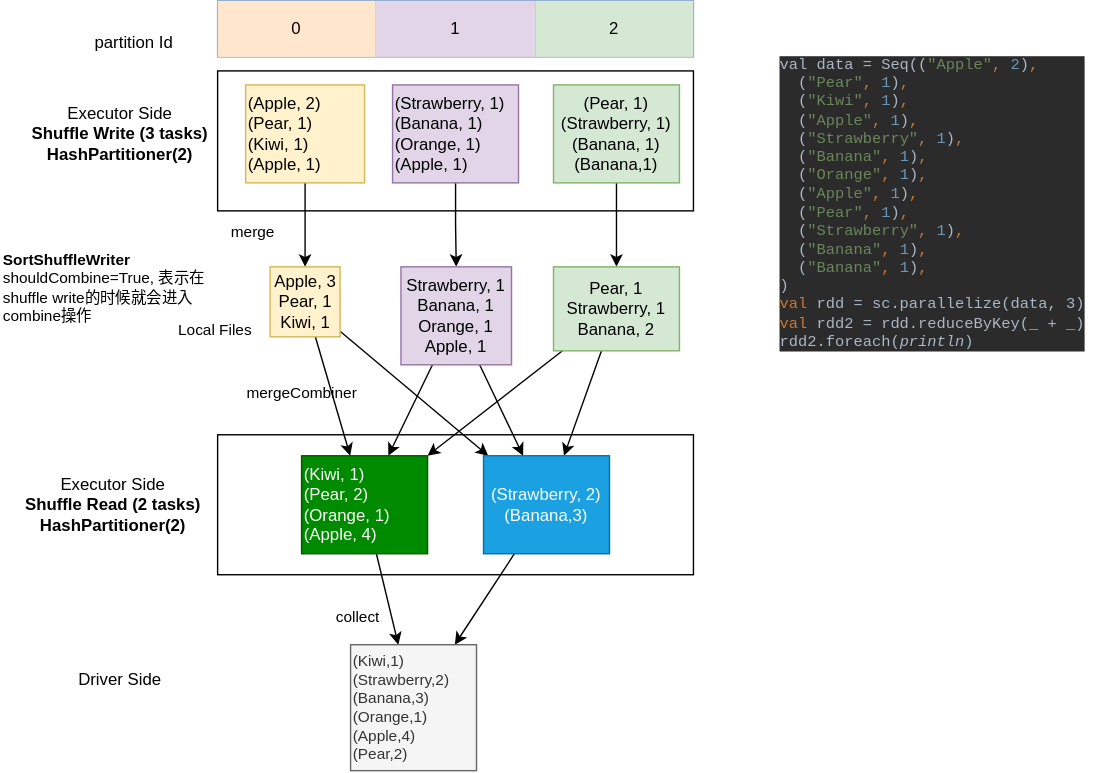
wbo4958/wbo4958.github.io keeps this draw.io diagram as docs/spark/rdd/reduce-by-key/spark-ml-reduceByKey.drawio.svg. Above is the earlier version. Source tidied: cells renumbered, new cells last; positions are measured from the earlier drawing's top-left corner, leaving out a move shared by most shapes.
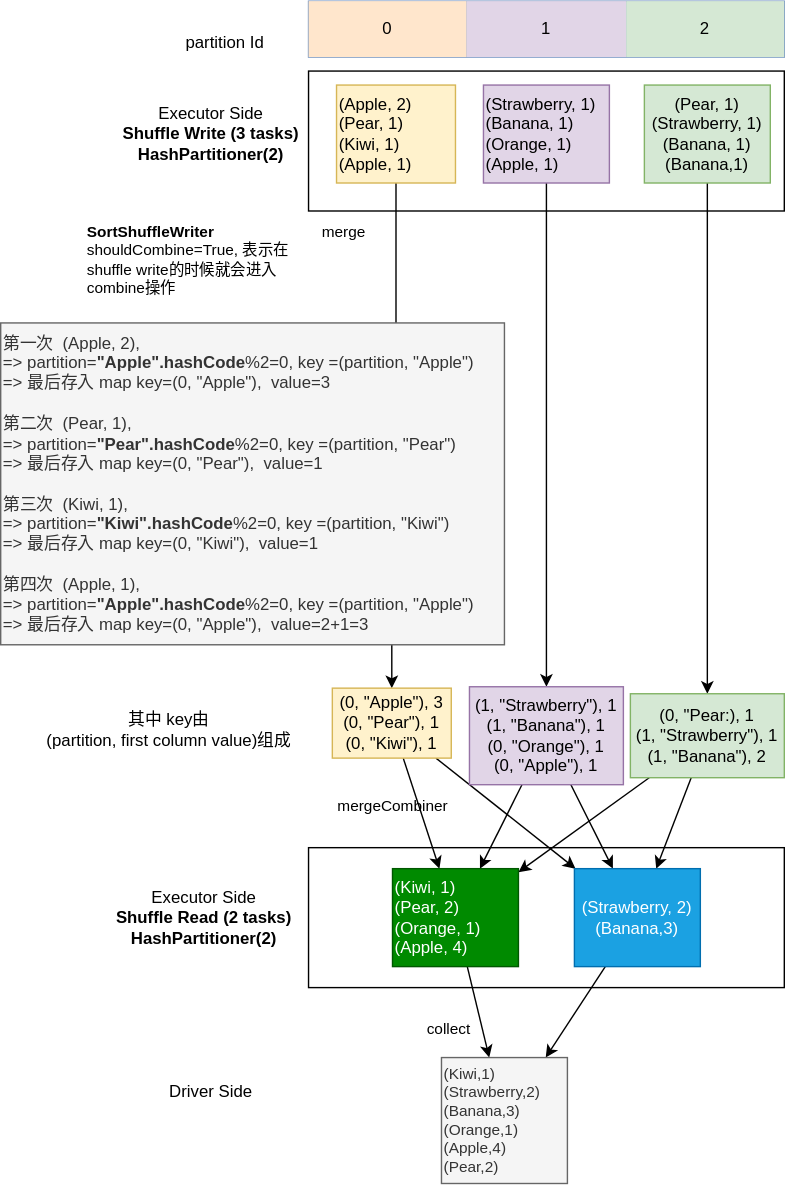
The same diagram one commit later.

Commit message:
enhance pages (#89)

What changed in the source:
```diff
@@ -3,34 +3,34 @@
     <mxCell id="0" />
     <mxCell id="1" parent="0" />
     <mxCell id="2" style="rounded=0;whiteSpace=wrap;html=1;" parent="1" vertex="1">
-      <mxGeometry x="155" y="310" width="340" height="100" as="geometry" />
+      <mxGeometry x="245" y="615" width="340" height="100" as="geometry" />
     </mxCell>
     <mxCell id="3" style="rounded=0;whiteSpace=wrap;html=1;" parent="1" vertex="1">
-      <mxGeometry x="155" y="50" width="340" height="100" as="geometry" />
+      <mxGeometry x="245" y="60" width="340" height="100" as="geometry" />
     </mxCell>
     <mxCell id="4" style="edgeStyle=orthogonalEdgeStyle;rounded=0;jettySize=auto;html=1;" parent="1" edge="1" source="5" target="18">
       <mxGeometry relative="1" as="geometry" />
     </mxCell>
     <mxCell id="5" value="(Apple, 2)&lt;br&gt;(Pear, 1)&lt;br&gt;(Kiwi, 1)&lt;br&gt;(Apple, 1)" style="rounded=0;whiteSpace=wrap;html=1;fillColor=#fff2cc;strokeColor=#d6b656;align=left;" parent="1" vertex="1">
-      <mxGeometry x="175" y="60" width="85" height="70" as="geometry" />
+      <mxGeometry x="265" y="70" width="85" height="70" as="geometry" />
     </mxCell>
     <mxCell id="6" style="edgeStyle=orthogonalEdgeStyle;rounded=0;jettySize=auto;html=1;entryX=0.5;entryY=0;entryDx=0;entryDy=0;" parent="1" edge="1" source="7" target="21">
       <mxGeometry relative="1" as="geometry" />
     </mxCell>
     <mxCell id="7" value="(Strawberry, 1)&lt;br&gt;(Banana, 1)&lt;br&gt;(Orange, 1)&lt;br&gt;(Apple, 1)" style="rounded=0;whiteSpace=wrap;html=1;fillColor=#e1d5e7;strokeColor=#9673a6;align=left;" parent="1" vertex="1">
-      <mxGeometry x="280" y="60" width="90" height="70" as="geometry" />
+      <mxGeometry x="370" y="70" width="90" height="70" as="geometry" />
     </mxCell>
     <mxCell id="8" style="edgeStyle=orthogonalEdgeStyle;rounded=0;jettySize=auto;html=1;entryX=0.5;entryY=0;entryDx=0;entryDy=0;fontSize=11;" parent="1" edge="1" source="9" target="24">
       <mxGeometry relative="1" as="geometry" />
     </mxCell>
     <mxCell id="9" value="(Pear, 1)&lt;br&gt;(Strawberry, 1)&lt;br&gt;(Banana, 1)&lt;br&gt;(Banana,1)" style="rounded=0;whiteSpace=wrap;html=1;fillColor=#d5e8d4;strokeColor=#82b366;" parent="1" vertex="1">
-      <mxGeometry x="395" y="60" width="90" height="70" as="geometry" />
+      <mxGeometry x="485" y="70" width="90" height="70" as="geometry" />
     </mxCell>
     <mxCell id="10" value="partition Id" style="text;html=1;align=center;verticalAlign=middle;strokeColor=none;fillColor=none;" parent="1" vertex="1">
-      <mxGeometry x="55" y="15" width="80" height="30" as="geometry" />
+      <mxGeometry x="145" y="25" width="80" height="30" as="geometry" />
     </mxCell>
     <mxCell id="11" style="shape=table;startSize=0;fillColor=#dae8fc;strokeColor=#6c8ebf;" parent="1" vertex="1">
-      <mxGeometry x="155" width="340" height="40" as="geometry" />
+      <mxGeometry x="245" y="10" width="340" height="40" as="geometry" />
     </mxCell>
     <mxCell id="12" style="shape=tableRow;horizontal=0;startSize=0;swimlaneHead=0;swimlaneBody=0;top=0;left=0;bottom=0;right=0;fillColor=none;" parent="11" vertex="1">
       <mxGeometry width="340" height="40" as="geometry" />
@@ -50,8 +50,8 @@
     <mxCell id="17" style="rounded=0;jettySize=auto;html=1;fontSize=11;" parent="1" edge="1" source="18" target="34">
       <mxGeometry relative="1" as="geometry" />
     </mxCell>
-    <mxCell id="18" value="Apple, 3&lt;br&gt;Pear, 1&lt;br&gt;Kiwi, 1" style="rounded=0;whiteSpace=wrap;html=1;fillColor=#fff2cc;strokeColor=#d6b656;" parent="1" vertex="1">
-      <mxGeometry x="192.5" y="190" width="50" height="50" as="geometry" />
+    <mxCell id="18" value="(0, &quot;Apple&quot;), 3&lt;br&gt;(0, &quot;Pear&quot;), 1&lt;br&gt;(0, &quot;Kiwi&quot;), 1" style="rounded=0;whiteSpace=wrap;html=1;fillColor=#fff2cc;strokeColor=#d6b656;" parent="1" vertex="1">
+      <mxGeometry x="262" y="501" width="85" height="50" as="geometry" />
     </mxCell>
     <mxCell id="19" style="rounded=0;jettySize=auto;html=1;fontSize=11;" parent="1" edge="1" source="21" target="34">
       <mxGeometry relative="1" as="geometry" />
@@ -59,8 +59,8 @@
     <mxCell id="20" style="rounded=0;jettySize=auto;html=1;fontSize=11;" parent="1" edge="1" source="21" target="32">
       <mxGeometry relative="1" as="geometry" />
     </mxCell>
-    <mxCell id="21" value="Strawberry, 1&lt;br style=&quot;border-color: var(--border-color); text-align: left;&quot;&gt;&lt;span style=&quot;text-align: left;&quot;&gt;Banana, 1&lt;/span&gt;&lt;br style=&quot;border-color: var(--border-color); text-align: left;&quot;&gt;&lt;span style=&quot;text-align: left;&quot;&gt;Orange, 1&lt;br&gt;&lt;/span&gt;Apple, 1" style="rounded=0;whiteSpace=wrap;html=1;fillColor=#e1d5e7;strokeColor=#9673a6;" parent="1" vertex="1">
-      <mxGeometry x="286" y="190" width="79" height="70" as="geometry" />
+    <mxCell id="21" value="(1, &quot;Strawberry&quot;), 1&lt;br style=&quot;border-color: var(--border-color); text-align: left;&quot;&gt;&lt;span style=&quot;text-align: left;&quot;&gt;(1, &quot;Banana&quot;), 1&lt;/span&gt;&lt;br style=&quot;border-color: var(--border-color); text-align: left;&quot;&gt;&lt;span style=&quot;text-align: left;&quot;&gt;(0, &quot;Orange&quot;), 1&lt;br&gt;&lt;/span&gt;(0, &quot;Apple&quot;), 1" style="rounded=0;whiteSpace=wrap;html=1;fillColor=#e1d5e7;strokeColor=#9673a6;" parent="1" vertex="1">
+      <mxGeometry x="360" y="500" width="110" height="70" as="geometry" />
     </mxCell>
     <mxCell id="22" style="rounded=0;jettySize=auto;html=1;fontSize=11;" parent="1" edge="1" source="24" target="34">
       <mxGeometry relative="1" as="geometry" />
@@ -68,50 +68,53 @@
     <mxCell id="23" style="rounded=0;jettySize=auto;html=1;fontSize=11;" parent="1" edge="1" source="24" target="32">
       <mxGeometry relative="1" as="geometry" />
     </mxCell>
-    <mxCell id="24" value="&lt;div&gt;Pear, 1&lt;/div&gt;&lt;div&gt;Strawberry, 1&lt;/div&gt;&lt;div&gt;Banana, 2&lt;/div&gt;" style="rounded=0;whiteSpace=wrap;html=1;fillColor=#d5e8d4;strokeColor=#82b366;" parent="1" vertex="1">
-      <mxGeometry x="395" y="190" width="90" height="60" as="geometry" />
+    <mxCell id="24" value="&lt;div&gt;(0, &quot;Pear:), 1&lt;/div&gt;&lt;div&gt;(1, &quot;Strawberry&quot;), 1&lt;/div&gt;&lt;div&gt;(1, &quot;Banana&quot;), 2&lt;/div&gt;" style="rounded=0;whiteSpace=wrap;html=1;fillColor=#d5e8d4;strokeColor=#82b366;" parent="1" vertex="1">
+      <mxGeometry x="475" y="505" width="110" height="60" as="geometry" />
     </mxCell>
     <mxCell id="25" value="Executor Side&lt;br&gt;&lt;b&gt;Shuffle Write (3 tasks)&lt;br&gt;HashPartitioner(2)&lt;/b&gt;" style="text;html=1;align=center;verticalAlign=middle;strokeColor=none;fillColor=none;" parent="1" vertex="1">
-      <mxGeometry x="10" y="65" width="150" height="60" as="geometry" />
+      <mxGeometry x="100" y="75" width="150" height="60" as="geometry" />
     </mxCell>
     <mxCell id="26" value="Driver Side" style="text;html=1;align=center;verticalAlign=middle;strokeColor=none;fillColor=none;" parent="1" vertex="1">
-      <mxGeometry x="45" y="470" width="80" height="30" as="geometry" />
+      <mxGeometry x="135" y="775" width="80" height="30" as="geometry" />
     </mxCell>
-    <mxCell id="27" value="&lt;pre style=&quot;background-color: rgb(43, 43, 43); color: rgb(169, 183, 198); font-family: &amp;quot;JetBrains Mono&amp;quot;, monospace; font-size: 11px;&quot;&gt;val data = Seq((&lt;span style=&quot;color: rgb(106, 135, 89); font-size: 11px;&quot;&gt;&quot;Apple&quot;&lt;/span&gt;&lt;span style=&quot;color: rgb(204, 120, 50); font-size: 11px;&quot;&gt;, &lt;/span&gt;&lt;span style=&quot;color: rgb(104, 151, 187); font-size: 11px;&quot;&gt;2&lt;/span&gt;)&lt;span style=&quot;color: rgb(204, 120, 50); font-size: 11px;&quot;&gt;,&lt;br style=&quot;font-size: 11px;&quot;&gt;&lt;/span&gt;&lt;span style=&quot;color: rgb(204, 120, 50); font-size: 11px;&quot;&gt;  &lt;/span&gt;(&lt;span style=&quot;color: rgb(106, 135, 89); font-size: 11px;&quot;&gt;&quot;Pear&quot;&lt;/span&gt;&lt;span style=&quot;color: rgb(204, 120, 50); font-size: 11px;&quot;&gt;, &lt;/span&gt;&lt;span style=&quot;color: rgb(104, 151, 187); font-size: 11px;&quot;&gt;1&lt;/span&gt;)&lt;span style=&quot;color: rgb(204, 120, 50); font-size: 11px;&quot;&gt;,&lt;br style=&quot;font-size: 11px;&quot;&gt;&lt;/span&gt;&lt;span style=&quot;color: rgb(204, 120, 50); font-size: 11px;&quot;&gt;  &lt;/span&gt;(&lt;span style=&quot;color: rgb(106, 135, 89); font-size: 11px;&quot;&gt;&quot;Kiwi&quot;&lt;/span&gt;&lt;span style=&quot;color: rgb(204, 120, 50); font-size: 11px;&quot;&gt;, &lt;/span&gt;&lt;span style=&quot;color: rgb(104, 151, 187); font-size: 11px;&quot;&gt;1&lt;/span&gt;)&lt;span style=&quot;color: rgb(204, 120, 50); font-size: 11px;&quot;&gt;,&lt;br style=&quot;font-size: 11px;&quot;&gt;&lt;/span&gt;&lt;span style=&quot;color: rgb(204, 120, 50); font-size: 11px;&quot;&gt;  &lt;/span&gt;(&lt;span style=&quot;color: rgb(106, 135, 89); font-size: 11px;&quot;&gt;&quot;Apple&quot;&lt;/span&gt;&lt;span style=&quot;color: rgb(204, 120, 50); font-size: 11px;&quot;&gt;, &lt;/span&gt;&lt;span style=&quot;color: rgb(104, 151, 187); font-size: 11px;&quot;&gt;1&lt;/span&gt;)&lt;span style=&quot;color: rgb(204, 120, 50); font-size: 11px;&quot;&gt;,&lt;br style=&quot;font-size: 11px;&quot;&gt;&lt;/span&gt;&lt;span style=&quot;color: rgb(204, 120, 50); font-size: 11px;&quot;&gt;  &lt;/span&gt;(&lt;span style=&quot;color: rgb(106, 135, 89); font-size: 11px;&quot;&gt;&quot;Strawberry&quot;&lt;/span&gt;&lt;span style=&quot;color: rgb(204, 120, 50); font-size: 11px;&quot;&gt;, &lt;/span&gt;&lt;span style=&quot;color: rgb(104, 151, 187); font-size: 11px;&quot;&gt;1&lt;/span&gt;)&lt;span style=&quot;color: rgb(204, 120, 50); font-size: 11px;&quot;&gt;,&lt;br style=&quot;font-size: 11px;&quot;&gt;&lt;/span&gt;&lt;span style=&quot;color: rgb(204, 120, 50); font-size: 11px;&quot;&gt;  &lt;/span&gt;(&lt;span style=&quot;color: rgb(106, 135, 89); font-size: 11px;&quot;&gt;&quot;Banana&quot;&lt;/span&gt;&lt;span style=&quot;color: rgb(204, 120, 50); font-size: 11px;&quot;&gt;, &lt;/span&gt;&lt;span style=&quot;color: rgb(104, 151, 187); font-size: 11px;&quot;&gt;1&lt;/span&gt;)&lt;span style=&quot;color: rgb(204, 120, 50); font-size: 11px;&quot;&gt;,&lt;br style=&quot;font-size: 11px;&quot;&gt;&lt;/span&gt;&lt;span style=&quot;color: rgb(204, 120, 50); font-size: 11px;&quot;&gt;  &lt;/span&gt;(&lt;span style=&quot;color: rgb(106, 135, 89); font-size: 11px;&quot;&gt;&quot;Orange&quot;&lt;/span&gt;&lt;span style=&quot;color: rgb(204, 120, 50); font-size: 11px;&quot;&gt;, &lt;/span&gt;&lt;span style=&quot;color: rgb(104, 151, 187); font-size: 11px;&quot;&gt;1&lt;/span&gt;)&lt;span style=&quot;color: rgb(204, 120, 50); font-size: 11px;&quot;&gt;,&lt;br style=&quot;font-size: 11px;&quot;&gt;&lt;/span&gt;&lt;span style=&quot;color: rgb(204, 120, 50); font-size: 11px;&quot;&gt;  &lt;/span&gt;(&lt;span style=&quot;color: rgb(106, 135, 89); font-size: 11px;&quot;&gt;&quot;Apple&quot;&lt;/span&gt;&lt;span style=&quot;color: rgb(204, 120, 50); font-size: 11px;&quot;&gt;, &lt;/span&gt;&lt;span style=&quot;color: rgb(104, 151, 187); font-size: 11px;&quot;&gt;1&lt;/span&gt;)&lt;span style=&quot;color: rgb(204, 120, 50); font-size: 11px;&quot;&gt;,&lt;br style=&quot;font-size: 11px;&quot;&gt;&lt;/span&gt;&lt;span style=&quot;color: rgb(204, 120, 50); font-size: 11px;&quot;&gt;  &lt;/span&gt;(&lt;span style=&quot;color: rgb(106, 135, 89); font-size: 11px;&quot;&gt;&quot;Pear&quot;&lt;/span&gt;&lt;span style=&quot;color: rgb(204, 120, 50); font-size: 11px;&quot;&gt;, &lt;/span&gt;&lt;span style=&quot;color: rgb(104, 151, 187); font-size: 11px;&quot;&gt;1&lt;/span&gt;)&lt;span style=&quot;color: rgb(204, 120, 50); font-size: 11px;&quot;&gt;,&lt;br style=&quot;font-size: 11px;&quot;&gt;&lt;/span&gt;&lt;span style=&quot;color: rgb(204, 120, 50); font-size: 11px;&quot;&gt;  &lt;/span&gt;(&lt;span style=&quot;color: rgb(106, 135, 89); font-size: 11px;&quot;&gt;&quot;Strawberry&quot;&lt;/span&gt;&lt;span style=&quot;color: rgb(204, 120, 50); font-size: 11px;&quot;&gt;, &lt;/span&gt;&lt;span style=&quot;color: rgb(104, 151, 187); font-size: 11px;&quot;&gt;1&lt;/span&gt;)&lt;span style=&quot;color: rgb(204, 120, 50); font-size: 11px;&quot;&gt;,&lt;br style=&quot;font-size: 11px;&quot;&gt;&lt;/span&gt;&lt;span style=&quot;color: rgb(204, 120, 50); font-size: 11px;&quot;&gt;  &lt;/span&gt;(&lt;span style=&quot;color: rgb(106, 135, 89); font-size: 11px;&quot;&gt;&quot;Banana&quot;&lt;/span&gt;&lt;span style=&quot;color: rgb(204, 120, 50); font-size: 11px;&quot;&gt;, &lt;/span&gt;&lt;span style=&quot;color: rgb(104, 151, 187); font-size: 11px;&quot;&gt;1&lt;/span&gt;)&lt;span style=&quot;color: rgb(204, 120, 50); font-size: 11px;&quot;&gt;,&lt;br style=&quot;font-size: 11px;&quot;&gt;&lt;/span&gt;&lt;span style=&quot;color: rgb(204, 120, 50); font-size: 11px;&quot;&gt;  &lt;/span&gt;(&lt;span style=&quot;color: rgb(106, 135, 89); font-size: 11px;&quot;&gt;&quot;Banana&quot;&lt;/span&gt;&lt;span style=&quot;color: rgb(204, 120, 50); font-size: 11px;&quot;&gt;, &lt;/span&gt;&lt;span style=&quot;color: rgb(104, 151, 187); font-size: 11px;&quot;&gt;1&lt;/span&gt;)&lt;span style=&quot;color: rgb(204, 120, 50); font-size: 11px;&quot;&gt;,&lt;br style=&quot;font-size: 11px;&quot;&gt;&lt;/span&gt;)&lt;br style=&quot;font-size: 11px;&quot;&gt;&lt;span style=&quot;color: rgb(204, 120, 50); font-size: 11px;&quot;&gt;val &lt;/span&gt;rdd = sc.parallelize(data, 3)&lt;br style=&quot;font-size: 11px;&quot;&gt;&lt;span style=&quot;color: rgb(204, 120, 50); font-size: 11px;&quot;&gt;val &lt;/span&gt;rdd2 = rdd.reduceByKey(_ + _)&lt;br style=&quot;font-size: 11px;&quot;&gt;rdd2.foreach(&lt;span style=&quot;font-style: italic; font-size: 11px;&quot;&gt;println&lt;/span&gt;)&lt;/pre&gt;" style="text;html=1;align=left;verticalAlign=middle;strokeColor=none;fillColor=none;fontSize=11;" parent="1" vertex="1">
-      <mxGeometry x="555" y="20" width="240" height="250" as="geometry" />
-    </mxCell>
     <mxCell id="28" value="&lt;b&gt;SortShuffleWriter&lt;/b&gt;&lt;br&gt;shouldCombine=True, 表示在&lt;br&gt;shuffle write的时候就会进入&lt;br&gt;combine操作" style="text;html=1;align=left;verticalAlign=middle;strokeColor=none;fillColor=none;fontSize=11;" parent="1" vertex="1">
-      <mxGeometry y="170" width="170" height="70" as="geometry" />
+      <mxGeometry x="85" y="160" width="170" height="70" as="geometry" />
     </mxCell>
     <mxCell id="29" value="Local Files" style="text;html=1;align=center;verticalAlign=middle;strokeColor=none;fillColor=none;fontSize=11;" parent="1" vertex="1">
-      <mxGeometry x="112.5" y="220" width="80" height="30" as="geometry" />
+      <mxGeometry x="202.5" y="230" width="80" height="30" as="geometry" />
     </mxCell>
     <mxCell id="30" value="Executor Side&lt;br&gt;&lt;b&gt;Shuffle Read (2 tasks)&lt;br&gt;HashPartitioner(2)&lt;/b&gt;" style="text;html=1;align=center;verticalAlign=middle;strokeColor=none;fillColor=none;" parent="1" vertex="1">
-      <mxGeometry x="5" y="330" width="150" height="60" as="geometry" />
+      <mxGeometry x="95" y="635" width="150" height="60" as="geometry" />
     </mxCell>
     <mxCell id="31" style="edgeStyle=none;rounded=0;jettySize=auto;html=1;fontSize=11;" parent="1" edge="1" source="32" target="36">
       <mxGeometry relative="1" as="geometry" />
     </mxCell>
     <mxCell id="32" value="(Kiwi, 1)&lt;br&gt;(Pear, 2)&lt;br&gt;(Orange, 1)&lt;br&gt;(Apple, 4)" style="rounded=0;whiteSpace=wrap;html=1;fillColor=#008a00;strokeColor=#005700;align=left;fontColor=#ffffff;" parent="1" vertex="1">
-      <mxGeometry x="215" y="325" width="90" height="70" as="geometry" />
+      <mxGeometry x="305" y="630" width="90" height="70" as="geometry" />
     </mxCell>
     <mxCell id="33" style="edgeStyle=none;rounded=0;jettySize=auto;html=1;fontSize=11;" parent="1" edge="1" source="34" target="36">
       <mxGeometry relative="1" as="geometry" />
     </mxCell>
     <mxCell id="34" value="(Strawberry, 2)&lt;br&gt;(Banana,3)" style="rounded=0;whiteSpace=wrap;html=1;fillColor=#1ba1e2;strokeColor=#006EAF;fontColor=#ffffff;" parent="1" vertex="1">
-      <mxGeometry x="345" y="325" width="90" height="70" as="geometry" />
+      <mxGeometry x="435" y="630" width="90" height="70" as="geometry" />
     </mxCell>
     <mxCell id="35" value="mergeCombiner" style="text;html=1;align=center;verticalAlign=middle;strokeColor=none;fillColor=none;fontSize=11;" parent="1" vertex="1">
-      <mxGeometry x="165" y="265" width="100" height="30" as="geometry" />
+      <mxGeometry x="255" y="570" width="100" height="30" as="geometry" />
     </mxCell>
     <mxCell id="36" value="&lt;div&gt;(Kiwi,1)&lt;/div&gt;&lt;div&gt;(Strawberry,2)&lt;/div&gt;&lt;div&gt;(Banana,3)&lt;/div&gt;&lt;div&gt;(Orange,1)&lt;/div&gt;&lt;div&gt;(Apple,4)&lt;/div&gt;&lt;div&gt;(Pear,2)&lt;/div&gt;" style="text;html=1;align=left;verticalAlign=middle;points=[];fontSize=11;fillColor=#f5f5f5;fontColor=#333333;strokeColor=#666666;" parent="1" vertex="1">
-      <mxGeometry x="250" y="460" width="90" height="90" as="geometry" />
+      <mxGeometry x="340" y="765" width="90" height="90" as="geometry" />
     </mxCell>
     <mxCell id="37" value="collect" style="text;html=1;align=center;verticalAlign=middle;strokeColor=none;fillColor=none;fontSize=11;" parent="1" vertex="1">
-      <mxGeometry x="230" y="425" width="50" height="30" as="geometry" />
+      <mxGeometry x="320" y="730" width="50" height="30" as="geometry" />
     </mxCell>
     <mxCell id="38" value="merge" style="text;html=1;align=center;verticalAlign=middle;strokeColor=none;fillColor=none;fontSize=11;" parent="1" vertex="1">
-      <mxGeometry x="155" y="150" width="50" height="30" as="geometry" />
+      <mxGeometry x="245" y="160" width="50" height="30" as="geometry" />
     </mxCell>
+    <mxCell id="39" value="第一次&amp;nbsp; (Apple, 2),&lt;br style=&quot;border-color: var(--border-color); color: rgb(51, 51, 51);&quot;&gt;&lt;span style=&quot;color: rgb(51, 51, 51);&quot;&gt;=&amp;gt; partition=&lt;b&gt;&quot;Apple&quot;.hashCode&lt;/b&gt;%2=0, key =(partition, &quot;Apple&quot;)&amp;nbsp;&lt;/span&gt;&lt;br style=&quot;border-color: var(--border-color); color: rgb(51, 51, 51);&quot;&gt;&lt;span style=&quot;color: rgb(51, 51, 51);&quot;&gt;=&amp;gt; 最后存入 map key=(0, &quot;Apple&quot;),&amp;nbsp; value=3&lt;/span&gt;&lt;br style=&quot;border-color: var(--border-color); color: rgb(51, 51, 51);&quot;&gt;&lt;br style=&quot;border-color: var(--border-color); color: rgb(51, 51, 51);&quot;&gt;&lt;span style=&quot;color: rgb(51, 51, 51);&quot;&gt;第二次&amp;nbsp; (Pear, 1),&lt;/span&gt;&lt;br style=&quot;border-color: var(--border-color); color: rgb(51, 51, 51);&quot;&gt;&lt;span style=&quot;color: rgb(51, 51, 51);&quot;&gt;=&amp;gt; partition=&lt;b&gt;&quot;Pear&quot;.hashCode&lt;/b&gt;%2=0, key =(partition, &quot;Pear&quot;)&amp;nbsp;&lt;/span&gt;&lt;br style=&quot;border-color: var(--border-color); color: rgb(51, 51, 51);&quot;&gt;&lt;span style=&quot;color: rgb(51, 51, 51);&quot;&gt;=&amp;gt; 最后存入 map key=(0, &quot;Pear&quot;),&amp;nbsp; value=1&lt;/span&gt;&lt;br style=&quot;border-color: var(--border-color); color: rgb(51, 51, 51);&quot;&gt;&lt;br style=&quot;border-color: var(--border-color); color: rgb(51, 51, 51);&quot;&gt;第三次&amp;nbsp; (Kiwi, 1),&lt;br style=&quot;border-color: var(--border-color);&quot;&gt;&lt;span style=&quot;border-color: var(--border-color);&quot;&gt;=&amp;gt; partition=&lt;b&gt;&quot;Kiwi&quot;.hashCode&lt;/b&gt;%2=0, key =(partition, &quot;Kiwi&quot;)&amp;nbsp;&lt;/span&gt;&lt;br style=&quot;border-color: var(--border-color);&quot;&gt;&lt;span style=&quot;border-color: var(--border-color);&quot;&gt;=&amp;gt; 最后存入 map key=(0, &quot;Kiwi&quot;),&amp;nbsp; value=1&lt;br&gt;&lt;/span&gt;&lt;br&gt;第四次&amp;nbsp; (Apple, 1),&lt;br style=&quot;border-color: var(--border-color);&quot;&gt;=&amp;gt; partition=&lt;b style=&quot;border-color: var(--border-color);&quot;&gt;&quot;Apple&quot;.hashCode&lt;/b&gt;%2=0, key =(partition, &quot;Apple&quot;)&amp;nbsp;&lt;br style=&quot;border-color: var(--border-color);&quot;&gt;&lt;span style=&quot;border-color: var(--border-color);&quot;&gt;=&amp;gt; 最后存入 map key=(0, &quot;Apple&quot;),&amp;nbsp; value=2+1=3&lt;/span&gt;" style="text;html=1;align=left;verticalAlign=middle;strokeColor=#666666;fillColor=#f5f5f5;fontColor=#333333;" parent="1" vertex="1">
+      <mxGeometry x="25" y="240" width="360" height="230" as="geometry" />
+    </mxCell>
+    <mxCell id="40" value="其中 key由&lt;br style=&quot;border-color: var(--border-color);&quot;&gt;(partition, first column value)组成" style="text;html=1;align=center;verticalAlign=middle;strokeColor=none;fillColor=none;" parent="1" vertex="1">
+      <mxGeometry x="45" y="511" width="200" height="40" as="geometry" />
+    </mxCell>
   </root>
 </mxGraphModel>
```
